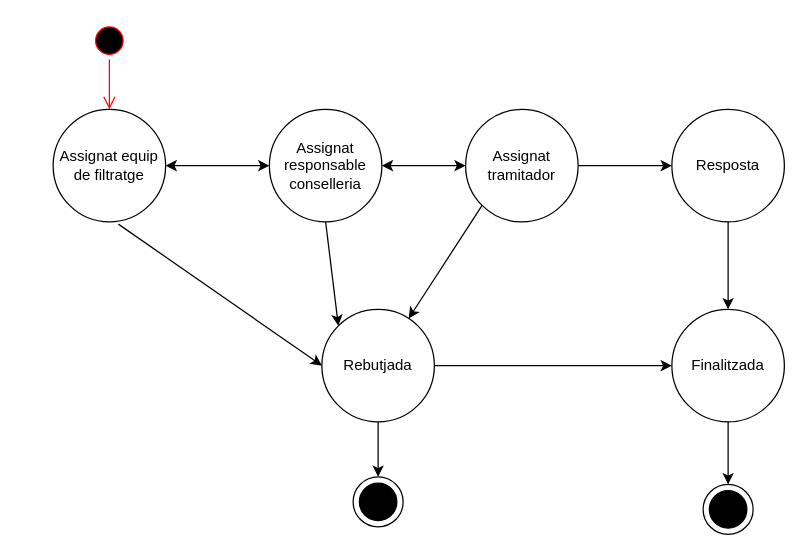
Earlier version of the draw.io diagram qssiDocumentació/qssi_Diagrama_Estats.drawio (vherrera-dgtic/qsi). Source tidied: cells renumbered, new cells numbered last; positions are measured from the earlier drawing's top-left corner, leaving out a move shared by most shapes. Both pictures are drawn from the tidied source at 125%, with x=0, y=0 at pixel (52, 21).
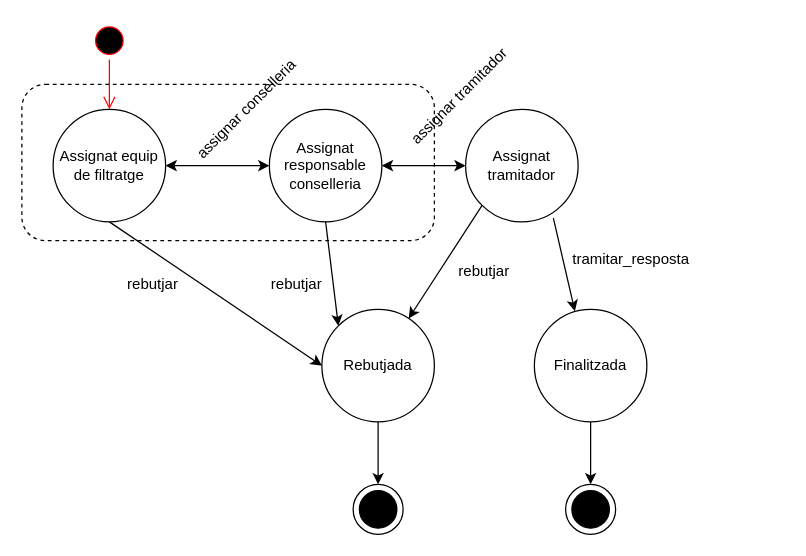
After the change.

Unchanged cells that the change refers to:
```xml
<mxCell id="4" value="Assignat equip de filtratge" style="ellipse;whiteSpace=wrap;html=1;" parent="1" vertex="1">
  <mxGeometry y="70" width="90" height="90" as="geometry" />
</mxCell>
<mxCell id="6" value="Rebutjada" style="ellipse;whiteSpace=wrap;html=1;" parent="1" vertex="1">
  <mxGeometry x="215" y="230" width="90" height="90" as="geometry" />
</mxCell>
<mxCell id="7" value="Assignat tramitador" style="ellipse;whiteSpace=wrap;html=1;" parent="1" vertex="1">
  <mxGeometry x="330" y="70" width="90" height="90" as="geometry" />
</mxCell>
```

What changed in the source:
```diff
@@
-    <mxCell id="8" value="Resposta" style="ellipse;whiteSpace=wrap;html=1;" parent="1" vertex="1">
-      <mxGeometry x="495" y="70" width="90" height="90" as="geometry" />
-    </mxCell>
     <mxCell id="9" value="Finalitzada" style="ellipse;whiteSpace=wrap;html=1;" parent="1" vertex="1">
-      <mxGeometry x="495" y="230" width="90" height="90" as="geometry" />
+      <mxGeometry x="385" y="230" width="90" height="90" as="geometry" />
     </mxCell>
-    <mxCell id="10" style="endArrow=classic;html=1;entryX=0;entryY=0.5;entryDx=0;entryDy=0;exitX=0.58;exitY=1.02;exitDx=0;exitDy=0;exitPerimeter=0;" parent="1" edge="1" source="4" target="6">
+    <mxCell id="10" style="endArrow=classic;html=1;entryX=0;entryY=0.5;entryDx=0;entryDy=0;exitX=0.5;exitY=1;exitDx=0;exitDy=0;" parent="1" edge="1" source="4" target="6">
       <mxGeometry relative="1" as="geometry" />
     </mxCell>
@@
-    <mxCell id="13" style="endArrow=classic;html=1;exitX=0.5;exitY=1;exitDx=0;exitDy=0;entryX=0.5;entryY=0;entryDx=0;entryDy=0;" parent="1" edge="1" source="8" target="9">
-      <mxGeometry relative="1" as="geometry" />
-    </mxCell>
-    <mxCell id="14" style="endArrow=classic;html=1;entryX=0;entryY=0.5;entryDx=0;entryDy=0;exitX=1;exitY=0.5;exitDx=0;exitDy=0;" parent="1" edge="1" source="6" target="9">
-      <mxGeometry relative="1" as="geometry" />
-    </mxCell>
     <mxCell id="15" style="shape=mxgraph.sysml.actFinal;html=1;verticalLabelPosition=bottom;labelBackgroundColor=#ffffff;verticalAlign=top;" parent="1" vertex="1">
-      <mxGeometry x="520" y="370" width="40" height="40" as="geometry" />
+      <mxGeometry x="410" y="370" width="40" height="40" as="geometry" />
     </mxCell>
@@
-    <mxCell id="19" style="endArrow=classic;html=1;strokeColor=#000000;exitX=1;exitY=0.5;exitDx=0;exitDy=0;" parent="1" edge="1" source="7" target="8">
+    <mxCell id="19" style="endArrow=classic;html=1;strokeColor=#000000;exitX=0.78;exitY=0.967;exitDx=0;exitDy=0;entryX=0.36;entryY=0.016;entryDx=0;entryDy=0;entryPerimeter=0;exitPerimeter=0;" parent="1" edge="1" source="7" target="9">
       <mxGeometry relative="1" as="geometry" />
     </mxCell>
     <mxCell id="20" style="shape=mxgraph.sysml.actFinal;html=1;verticalLabelPosition=bottom;labelBackgroundColor=#ffffff;verticalAlign=top;" parent="1" vertex="1">
-      <mxGeometry x="240" y="364" width="40" height="40" as="geometry" />
+      <mxGeometry x="240" y="370" width="40" height="40" as="geometry" />
     </mxCell>
@@
+    <mxCell id="22" style="rounded=1;whiteSpace=wrap;html=1;dashed=1;glass=0;shadow=0;comic=0;fillColor=none;" parent="1" vertex="1">
+      <mxGeometry x="-25" y="50" width="330" height="125" as="geometry" />
+    </mxCell>
+    <mxCell id="23" value="rebutjar" style="text;html=1;strokeColor=none;fillColor=none;align=center;verticalAlign=middle;whiteSpace=wrap;rounded=0;shadow=0;glass=0;dashed=1;comic=0;" parent="1" vertex="1">
+      <mxGeometry x="60" y="200" width="40" height="20" as="geometry" />
+    </mxCell>
+    <mxCell id="24" value="rebutjar" style="text;html=1;strokeColor=none;fillColor=none;align=center;verticalAlign=middle;whiteSpace=wrap;rounded=0;shadow=0;glass=0;dashed=1;comic=0;" parent="1" vertex="1">
+      <mxGeometry x="325" y="190" width="40" height="20" as="geometry" />
+    </mxCell>
+    <mxCell id="25" value="rebutjar" style="text;html=1;strokeColor=none;fillColor=none;align=center;verticalAlign=middle;whiteSpace=wrap;rounded=0;shadow=0;glass=0;dashed=1;comic=0;" parent="1" vertex="1">
+      <mxGeometry x="175" y="200" width="40" height="20" as="geometry" />
+    </mxCell>
+    <mxCell id="26" value="tramitar_resposta" style="text;html=1;strokeColor=none;fillColor=none;align=center;verticalAlign=middle;whiteSpace=wrap;rounded=0;shadow=0;glass=0;dashed=1;comic=0;" parent="1" vertex="1">
+      <mxGeometry x="410" y="180" width="105" height="20" as="geometry" />
+    </mxCell>
+    <mxCell id="27" value="assignar conselleria" style="text;html=1;strokeColor=none;fillColor=none;align=center;verticalAlign=middle;whiteSpace=wrap;rounded=0;shadow=0;glass=0;dashed=1;comic=0;rotation=-45;" parent="1" vertex="1">
+      <mxGeometry x="90" y="60" width="130" height="20" as="geometry" />
+    </mxCell>
+    <mxCell id="28" value="assignar tramitador" style="text;html=1;strokeColor=none;fillColor=none;align=center;verticalAlign=middle;whiteSpace=wrap;rounded=0;shadow=0;glass=0;dashed=1;comic=0;rotation=-45;" parent="1" vertex="1">
+      <mxGeometry x="252.5" y="48" width="145" height="24" as="geometry" />
+    </mxCell>
```
